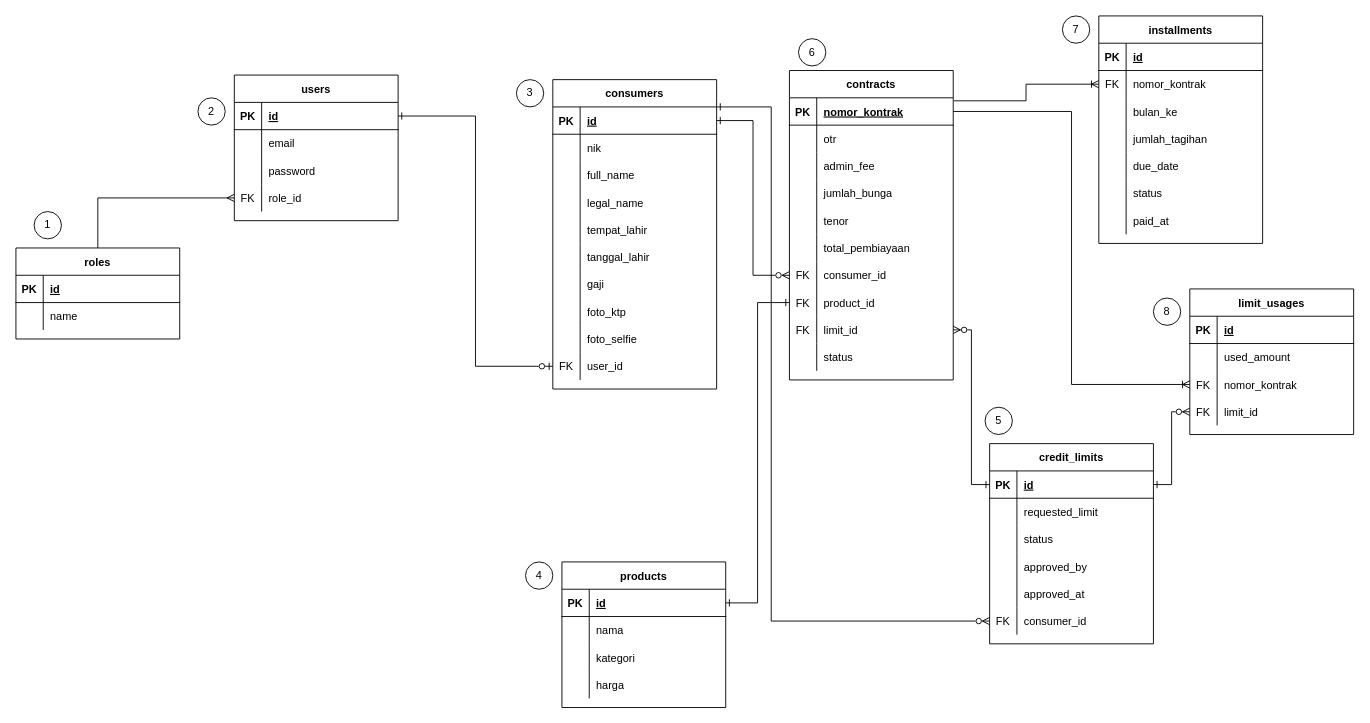
This is page "ERD" (2 of 5) of docs/docs.drawio from skyespirates/sikmatek, a draw.io file, before an edit. Source tidied: cells renumbered, new cells numbered last; positions are measured from the earlier drawing's top-left corner, leaving out a move shared by most shapes. Both pictures are drawn from the tidied source at 91%, with x=0, y=0 at pixel (15, 15).
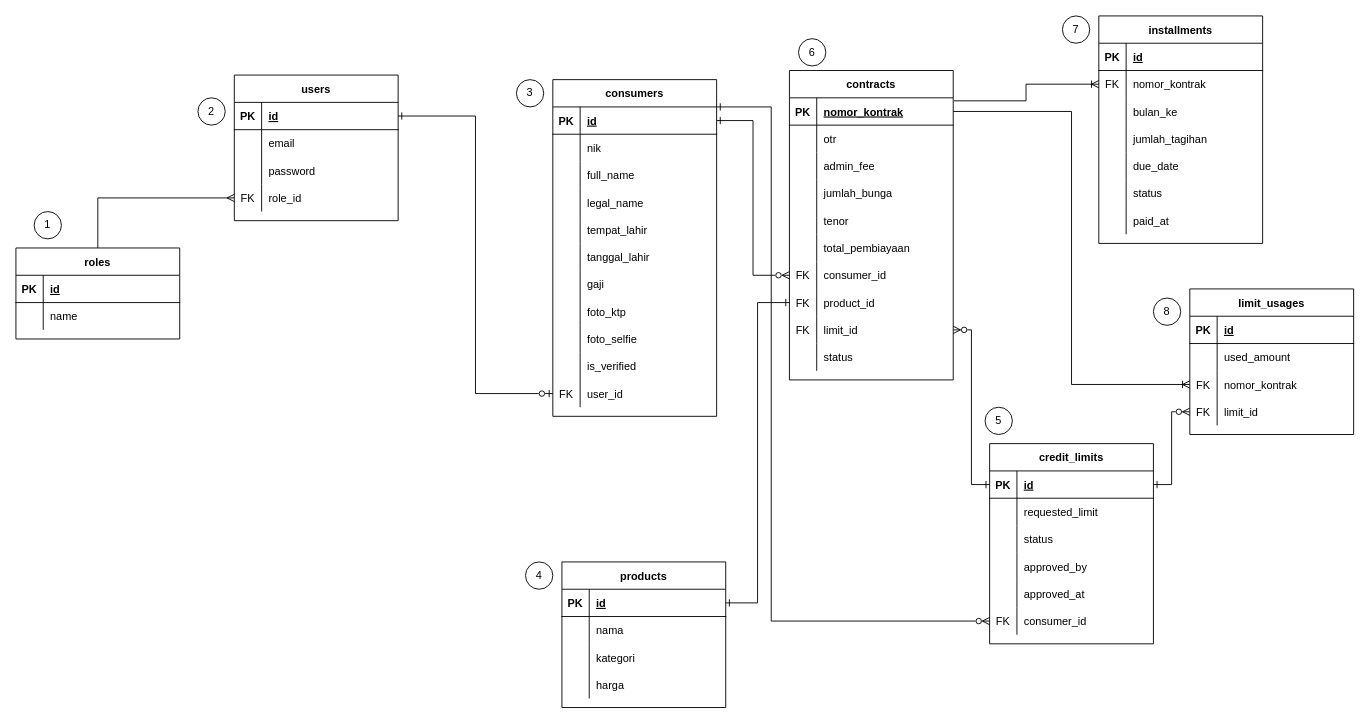
After the change.

The change refers to these unchanged cells:
```xml
<mxCell id="30" style="shape=partialRectangle;fillColor=none;top=0;left=0;bottom=0;right=0;points=[[0,0.5],[1,0.5]];portConstraint=eastwest;" parent="2" vertex="1">
  <mxGeometry y="300" width="180" height="30" as="geometry" />
</mxCell>
<mxCell id="132" style="shape=partialRectangle;fillColor=none;top=0;left=0;bottom=1;right=0;points=[[0,0.5],[1,0.5]];portConstraint=eastwest;" parent="131" vertex="1">
  <mxGeometry y="30" width="180" height="30" as="geometry" />
</mxCell>
```

Change to the diagram source:
```diff
@@
     <mxCell id="2" value="consumers" style="shape=table;startSize=30;childLayout=tableLayout;rowLines=0;fontStyle=1;align=center;" parent="1" vertex="1">
-      <mxGeometry x="590" y="70" width="180" height="340" as="geometry" />
+      <mxGeometry x="590" y="70" width="180" height="370" as="geometry" />
     </mxCell>
@@
-    <mxCell id="31" value="FK" style="shape=partialRectangle;fillColor=none;top=0;left=0;bottom=0;right=0;overflow=hidden;" parent="30" vertex="1">
+    <mxCell id="31" style="shape=partialRectangle;fillColor=none;top=0;left=0;bottom=0;right=0;overflow=hidden;" parent="30" vertex="1">
       <mxGeometry width="30" height="30" as="geometry" />
     </mxCell>
-    <mxCell id="32" value="user_id" style="shape=partialRectangle;fillColor=none;top=0;left=0;bottom=0;right=0;align=left;spacingLeft=6;overflow=hidden;" parent="30" vertex="1">
+    <mxCell id="32" value="is_verified" style="shape=partialRectangle;fillColor=none;top=0;left=0;bottom=0;right=0;align=left;spacingLeft=6;overflow=hidden;" parent="30" vertex="1">
       <mxGeometry x="30" width="150" height="30" as="geometry" />
     </mxCell>
+    <mxCell id="168" style="shape=partialRectangle;fillColor=none;top=0;left=0;bottom=0;right=0;points=[[0,0.5],[1,0.5]];portConstraint=eastwest;" parent="2" vertex="1">
+      <mxGeometry y="330" width="180" height="30" as="geometry" />
+    </mxCell>
+    <mxCell id="169" value="FK" style="shape=partialRectangle;fillColor=none;top=0;left=0;bottom=0;right=0;overflow=hidden;" parent="168" vertex="1">
+      <mxGeometry width="30" height="30" as="geometry" />
+    </mxCell>
+    <mxCell id="170" value="user_id" style="shape=partialRectangle;fillColor=none;top=0;left=0;bottom=0;right=0;align=left;spacingLeft=6;overflow=hidden;" parent="168" vertex="1">
+      <mxGeometry x="30" width="150" height="30" as="geometry" />
+    </mxCell>
@@
-    <mxCell id="167" style="edgeStyle=orthogonalEdgeStyle;rounded=0;jettySize=auto;html=1;entryX=0;entryY=0.5;entryDx=0;entryDy=0;endArrow=ERzeroToOne;endFill=0;startArrow=ERone;startFill=0;" parent="1" edge="1" source="132" target="30">
+    <mxCell id="167" style="edgeStyle=orthogonalEdgeStyle;rounded=0;jettySize=auto;html=1;endArrow=ERzeroToOne;endFill=0;startArrow=ERone;startFill=0;entryX=0;entryY=0.5;entryDx=0;entryDy=0;" parent="1" edge="1" source="132" target="168">
       <mxGeometry relative="1" as="geometry" />
     </mxCell>
```
